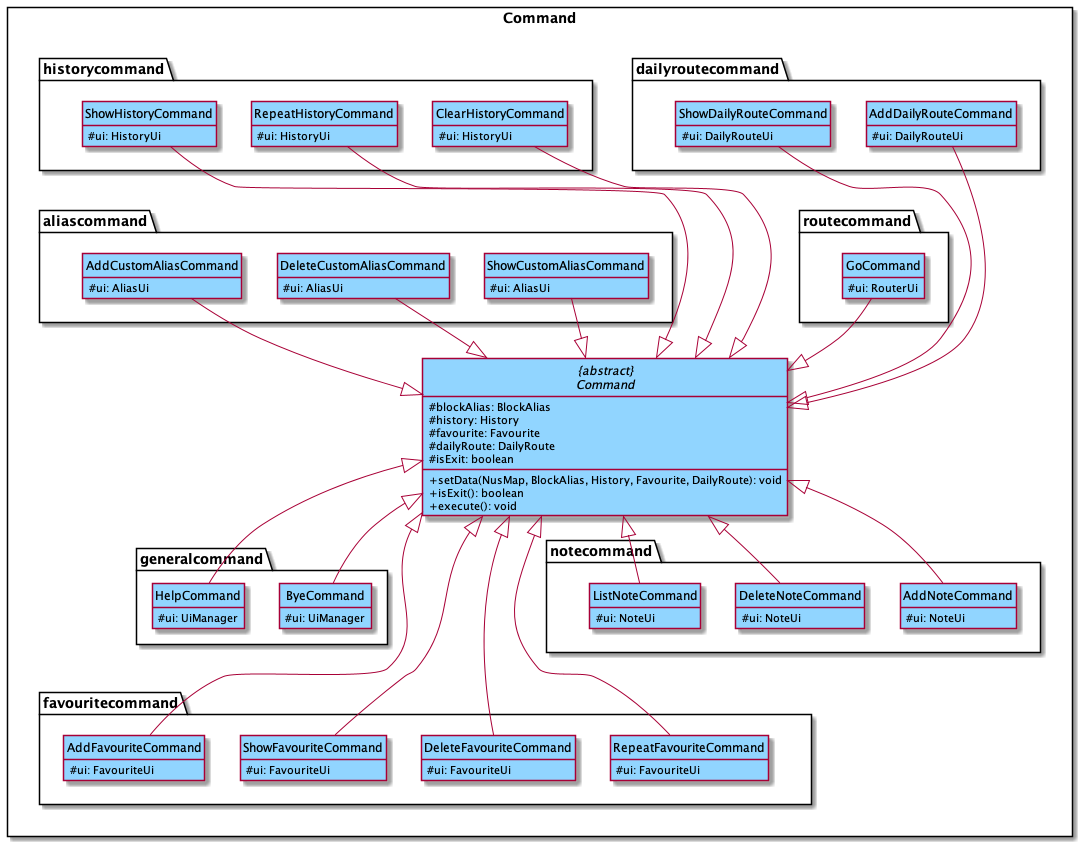
Before: docs/images/CommandComponent.png, a diagram exported from PlantUML (nus-cs2113-AY2021S2/tp).
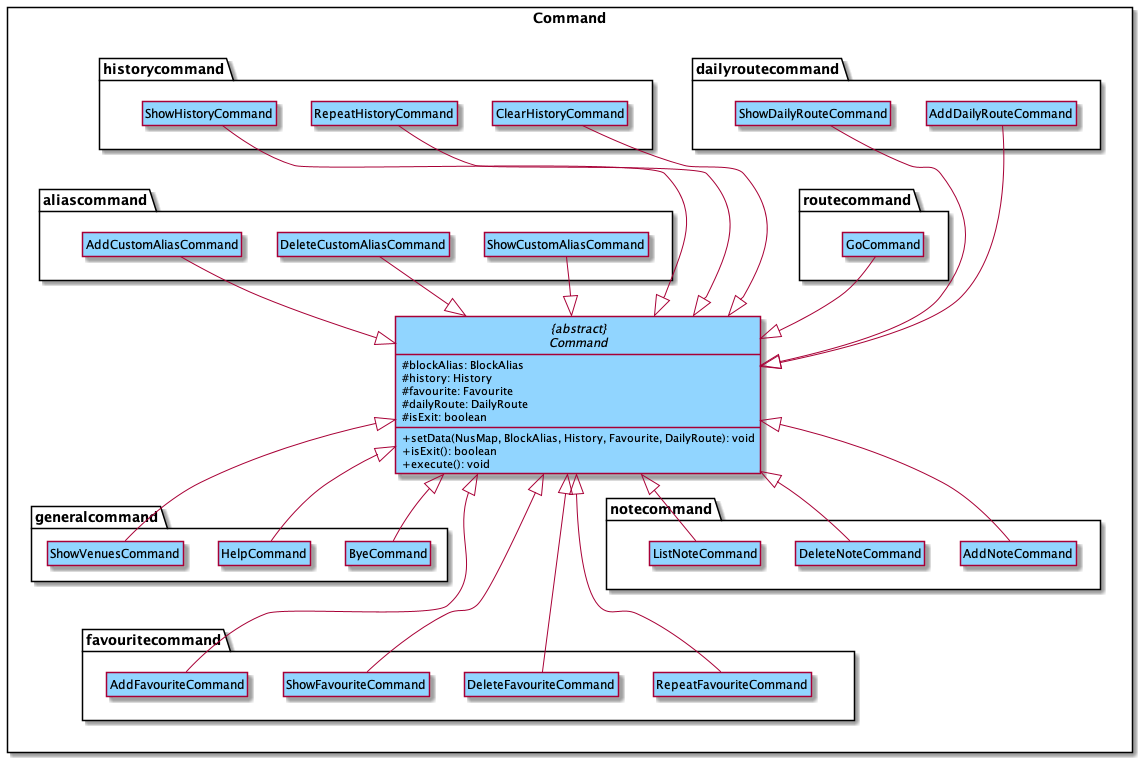
Later version of the same file.

What changed in the source:
```diff
@@ -16,76 +16,60 @@
 
     package routecommand {
         class GoCommand COMMAND_COLOR {
-            # ui: RouterUi
         }
     }
 
     package generalcommand {
         class ByeCommand COMMAND_COLOR {
-            # ui: UiManager
         }
         class HelpCommand COMMAND_COLOR {
-            # ui: UiManager
+        }
+        class ShowVenuesCommand COMMAND_COLOR {
         }
     }
 
     package aliascommand {
         class AddCustomAliasCommand COMMAND_COLOR {
-            # ui: AliasUi
         }
         class DeleteCustomAliasCommand COMMAND_COLOR {
-            # ui: AliasUi
         }
         class ShowCustomAliasCommand COMMAND_COLOR {
-            # ui: AliasUi
         }
     }
 
     package dailyroutecommand {
         class AddDailyRouteCommand COMMAND_COLOR {
-            # ui: DailyRouteUi
         }
         class ShowDailyRouteCommand COMMAND_COLOR {
-            # ui: DailyRouteUi
         }
     }
 
     package favouritecommand {
         class AddFavouriteCommand COMMAND_COLOR {
-            # ui: FavouriteUi
         }
         class ShowFavouriteCommand COMMAND_COLOR {
-            # ui: FavouriteUi
         }
         class DeleteFavouriteCommand COMMAND_COLOR {
-            # ui: FavouriteUi
         }
         class RepeatFavouriteCommand COMMAND_COLOR {
-            # ui: FavouriteUi
         }
     }
 
     package historycommand {
         class ClearHistoryCommand COMMAND_COLOR {
-            # ui: HistoryUi
         }
         class RepeatHistoryCommand COMMAND_COLOR {
-            # ui: HistoryUi
         }
         class ShowHistoryCommand COMMAND_COLOR {
-            # ui: HistoryUi
         }
     }
 
     package notecommand {
         class AddNoteCommand COMMAND_COLOR {
-            # ui: NoteUi
         }
         class DeleteNoteCommand COMMAND_COLOR {
-            # ui: NoteUi
         }
         class ListNoteCommand COMMAND_COLOR {
-            # ui: NoteUi
         }
     }
 }
@@ -112,8 +96,9 @@
 "{abstract}\nCommand" <|-down- AddNoteCommand
 "{abstract}\nCommand" <|-down- DeleteNoteCommand
 "{abstract}\nCommand" <|-down- ListNoteCommand
+"{abstract}\nCommand" <|-down- ShowVenuesCommand
 
-hide methods
+hide members
 show "{abstract}\nCommand" members
 hide circle
 skinparam classAttributeIconSize 0
```
